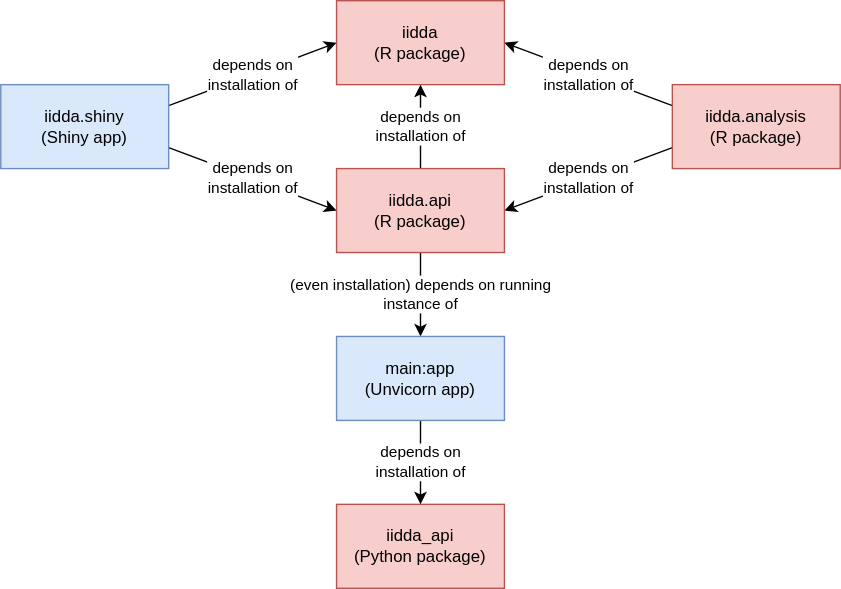
Before: notes/dependency_relationships/dependency_relationships.svg, a diagram exported from draw.io (canmod/iidda-tools). Source tidied: cells renumbered, new cells last; positions are measured from the earlier drawing's top-left corner, leaving out a move shared by most shapes.
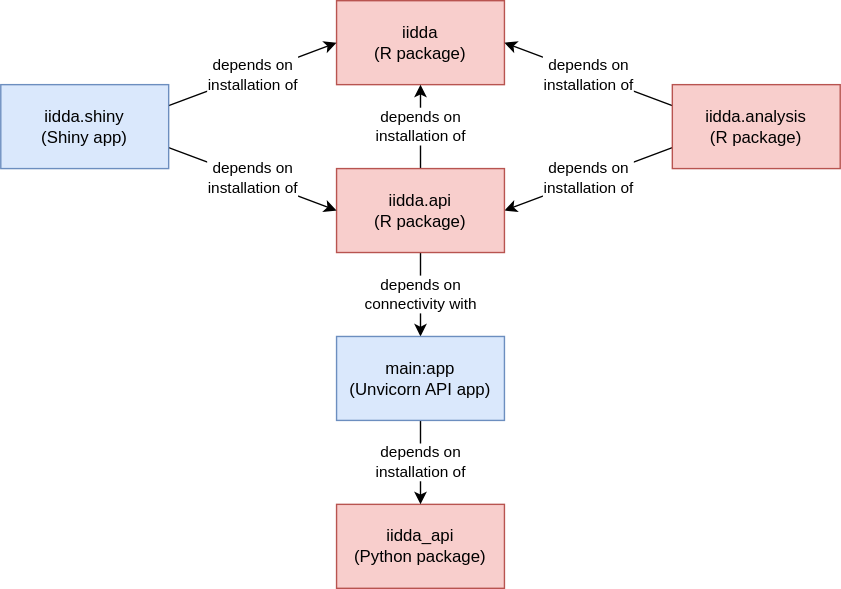
The same file after the commit.

Commit message:
dependency relationships clarification

Diff of the diagram source:
```diff
@@ -17,7 +17,7 @@
     <mxCell id="6" value="iidda_api&lt;br&gt;(Python package)" style="rounded=0;whiteSpace=wrap;html=1;fillColor=#f8cecc;strokeColor=#b85450;" parent="1" vertex="1">
       <mxGeometry x="240" y="360" width="120" height="60" as="geometry" />
     </mxCell>
-    <mxCell id="7" value="(even installation) depends on running&lt;br&gt;instance of" style="edgeStyle=none;html=1;exitX=0.5;exitY=1;exitDx=0;exitDy=0;entryX=0.5;entryY=0;entryDx=0;entryDy=0;" parent="1" edge="1" source="9" target="14">
+    <mxCell id="7" value="depends on&lt;br&gt;connectivity with" style="edgeStyle=none;html=1;exitX=0.5;exitY=1;exitDx=0;exitDy=0;entryX=0.5;entryY=0;entryDx=0;entryDy=0;" parent="1" edge="1" source="9" target="14">
       <mxGeometry relative="1" as="geometry" />
     </mxCell>
     <mxCell id="8" value="depends on&lt;br&gt;installation of" style="edgeStyle=none;html=1;exitX=0.5;exitY=0;exitDx=0;exitDy=0;entryX=0.5;entryY=1;entryDx=0;entryDy=0;" parent="1" edge="1" source="9" target="2">
@@ -38,7 +38,7 @@
     <mxCell id="13" value="depends on&lt;br&gt;installation of" style="edgeStyle=none;html=1;exitX=0.5;exitY=1;exitDx=0;exitDy=0;entryX=0.5;entryY=0;entryDx=0;entryDy=0;" parent="1" edge="1" source="14" target="6">
       <mxGeometry relative="1" as="geometry" />
     </mxCell>
-    <mxCell id="14" value="main:app&lt;br&gt;(Unvicorn app)" style="rounded=0;whiteSpace=wrap;html=1;fillColor=#dae8fc;strokeColor=#6c8ebf;" parent="1" vertex="1">
+    <mxCell id="14" value="main:app&lt;br&gt;(Unvicorn API app)" style="rounded=0;whiteSpace=wrap;html=1;fillColor=#dae8fc;strokeColor=#6c8ebf;" parent="1" vertex="1">
       <mxGeometry x="240" y="240" width="120" height="60" as="geometry" />
     </mxCell>
   </root>
```
